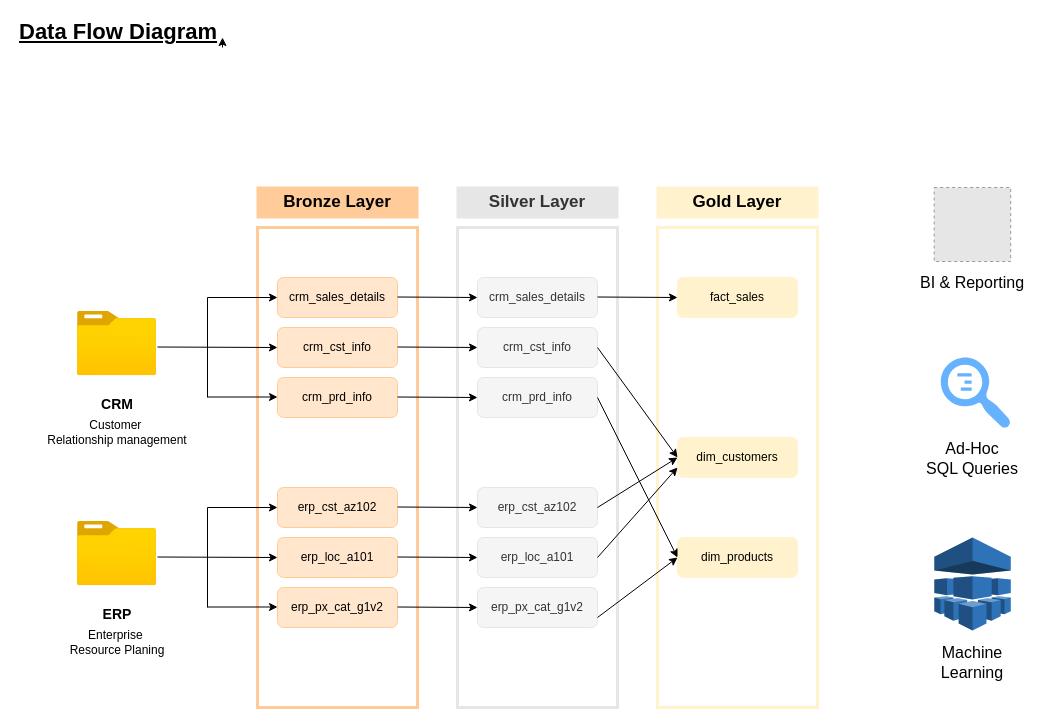
KonstantinData/SQL-Data-Warehouse keeps this draw.io diagram as drawio/data_flow_diagram.drawio. Above is the earlier version. Source tidied: cells renumbered, new cells numbered last; positions are measured from the earlier drawing's top-left corner, leaving out a move shared by most shapes. Both pictures are drawn from the tidied source at 100%, with x=0, y=0 at pixel (17, 17). Pictures stored in the file or linked from it are replaced by grey dashed boxes.
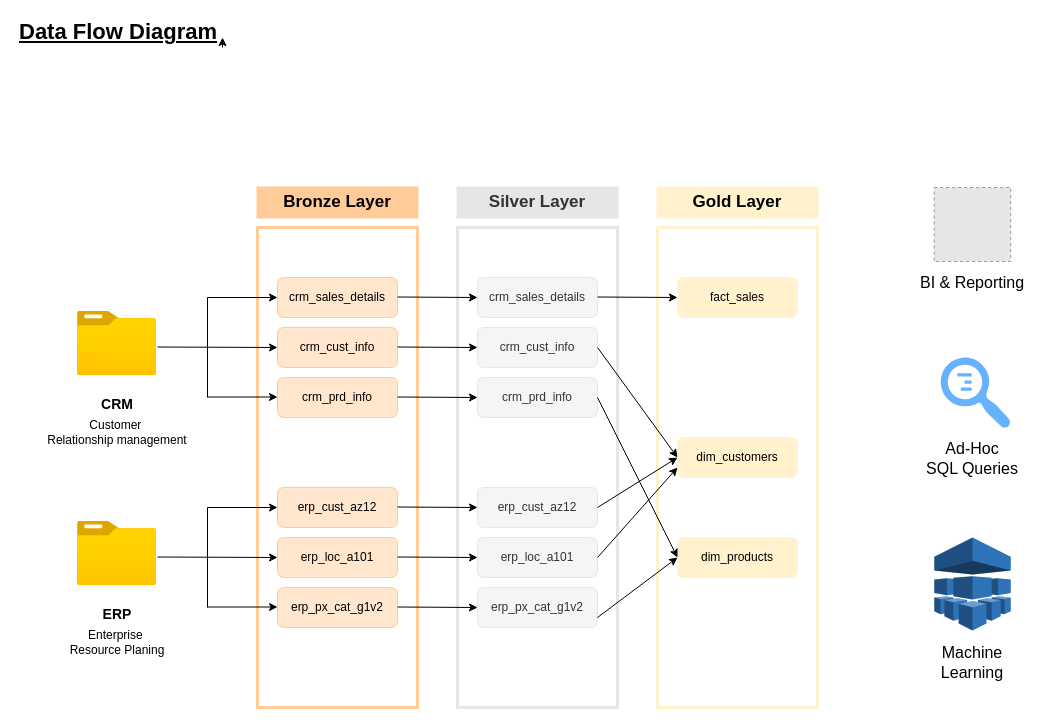
Above is the later version.

The edit, as a diff of the source:
```diff
@@
-    <mxCell id="23" value="crm_cst_info" style="rounded=1;whiteSpace=wrap;html=1;fillColor=#ffe6cc;strokeColor=#FFCC99;" parent="21" vertex="1">
+    <mxCell id="23" value="crm_cust_info" style="rounded=1;whiteSpace=wrap;html=1;fillColor=#ffe6cc;strokeColor=#FFCC99;" parent="21" vertex="1">
       <mxGeometry x="260" y="310" width="120" height="40" as="geometry" />
     </mxCell>
@@
-    <mxCell id="25" value="erp_cst_az102" style="rounded=1;whiteSpace=wrap;html=1;fillColor=#ffe6cc;strokeColor=#FFCC99;" parent="21" vertex="1">
+    <mxCell id="25" value="erp_cust_az12" style="rounded=1;whiteSpace=wrap;html=1;fillColor=#ffe6cc;strokeColor=#FFCC99;" parent="21" vertex="1">
       <mxGeometry x="260" y="470" width="120" height="40" as="geometry" />
     </mxCell>
@@
-    <mxCell id="38" value="crm_cst_info" style="rounded=1;whiteSpace=wrap;html=1;fillColor=#f5f5f5;strokeColor=#E6E6E6;fontColor=#333333;" parent="21" vertex="1">
+    <mxCell id="38" value="crm_cust_info" style="rounded=1;whiteSpace=wrap;html=1;fillColor=#f5f5f5;strokeColor=#E6E6E6;fontColor=#333333;" parent="21" vertex="1">
       <mxGeometry x="460" y="310" width="120" height="40" as="geometry" />
     </mxCell>
@@
-    <mxCell id="40" value="erp_cst_az102" style="rounded=1;whiteSpace=wrap;html=1;fillColor=#f5f5f5;strokeColor=#E6E6E6;fontColor=#333333;" parent="21" vertex="1">
+    <mxCell id="40" value="erp_cust_az12" style="rounded=1;whiteSpace=wrap;html=1;fillColor=#f5f5f5;strokeColor=#E6E6E6;fontColor=#333333;" parent="21" vertex="1">
       <mxGeometry x="460" y="470" width="120" height="40" as="geometry" />
     </mxCell>
```
